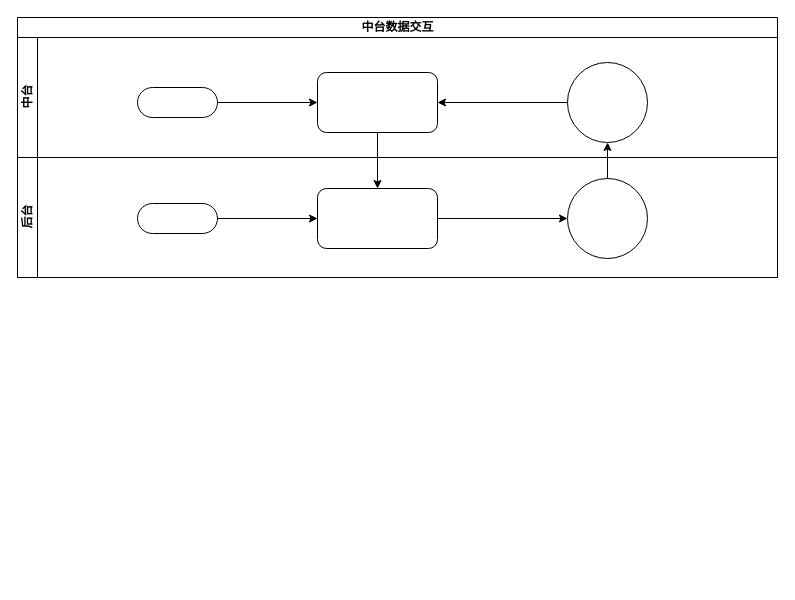
my506/draw keeps this draw.io diagram as 未命名表单.drawio. Above is the earlier version. Source tidied: cells renumbered, new cells numbered last; positions are measured from the earlier drawing's top-left corner, leaving out a move shared by most shapes. Both pictures are drawn from the tidied source at 100%, with x=0, y=0 at pixel (17, 17).
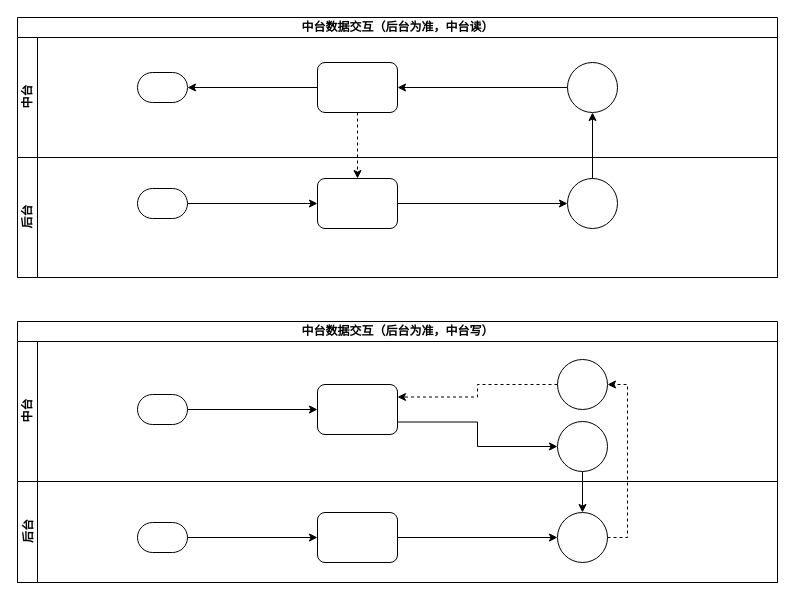
Above is the later version.

Commit message:
中台数据交互.drawio

Unchanged cells that the change refers to:
```xml
<mxCell id="4" value="中台" style="swimlane;html=1;startSize=20;horizontal=0;" parent="2" vertex="1">
  <mxGeometry y="20" width="760" height="120" as="geometry" />
</mxCell>
<mxCell id="11" value="后台" style="swimlane;html=1;startSize=20;horizontal=0;" parent="2" vertex="1">
  <mxGeometry y="140" width="760" height="120" as="geometry" />
</mxCell>
```

The edit, as a diff of the source:
```diff
@@
-    <mxCell id="2" value="中台数据交互" style="swimlane;html=1;horizontal=1;startSize=20;" parent="1" vertex="1">
+    <mxCell id="2" value="中台数据交互（后台为准，中台读）" style="swimlane;html=1;horizontal=1;startSize=20;" parent="1" vertex="1">
       <mxGeometry width="760" height="260" as="geometry" />
     </mxCell>
-    <mxCell id="3" style="edgeStyle=orthogonalEdgeStyle;rounded=0;jettySize=auto;html=1;exitX=0.5;exitY=0;exitDx=0;exitDy=0;entryX=0.5;entryY=1;entryDx=0;entryDy=0;" parent="2" edge="1" source="14" target="7">
-      <mxGeometry relative="1" as="geometry" />
-    </mxCell>
@@
+    <mxCell id="17" style="edgeStyle=orthogonalEdgeStyle;rounded=0;jettySize=auto;html=1;exitX=0;exitY=0.5;exitDx=0;exitDy=0;entryX=1;entryY=0.5;entryDx=0;entryDy=0;entryPerimeter=0;" parent="4" edge="1" source="5" target="9">
+      <mxGeometry relative="1" as="geometry" />
+    </mxCell>
     <mxCell id="5" style="rounded=1;whiteSpace=wrap;html=1;" parent="4" vertex="1">
-      <mxGeometry x="300" y="35" width="120" height="60" as="geometry" />
+      <mxGeometry x="300" y="25" width="80" height="50" as="geometry" />
     </mxCell>
@@
     <mxCell id="7" style="ellipse;whiteSpace=wrap;html=1;" parent="4" vertex="1">
-      <mxGeometry x="550" y="25" width="80" height="80" as="geometry" />
+      <mxGeometry x="550" y="25" width="50" height="50" as="geometry" />
     </mxCell>
-    <mxCell id="8" style="edgeStyle=orthogonalEdgeStyle;rounded=0;jettySize=auto;html=1;exitX=1;exitY=0.5;exitDx=0;exitDy=0;exitPerimeter=0;entryX=0;entryY=0.5;entryDx=0;entryDy=0;" parent="4" edge="1" source="9" target="5">
-      <mxGeometry relative="1" as="geometry" />
-    </mxCell>
     <mxCell id="9" style="html=1;dashed=0;whitespace=wrap;shape=mxgraph.dfd.start;" parent="4" vertex="1">
-      <mxGeometry x="120" y="50" width="80" height="30" as="geometry" />
+      <mxGeometry x="120" y="35" width="50" height="30" as="geometry" />
     </mxCell>
+    <mxCell id="3" style="edgeStyle=orthogonalEdgeStyle;rounded=0;jettySize=auto;html=1;exitX=0.5;exitY=0;exitDx=0;exitDy=0;entryX=0.5;entryY=1;entryDx=0;entryDy=0;" parent="2" edge="1" source="14" target="7">
+      <mxGeometry relative="1" as="geometry" />
+    </mxCell>
-    <mxCell id="10" style="edgeStyle=orthogonalEdgeStyle;rounded=0;jettySize=auto;html=1;exitX=0.5;exitY=1;exitDx=0;exitDy=0;" parent="2" edge="1" source="5" target="13">
+    <mxCell id="10" style="edgeStyle=orthogonalEdgeStyle;rounded=0;jettySize=auto;html=1;exitX=0.5;exitY=1;exitDx=0;exitDy=0;dashed=1;" parent="2" edge="1" source="5" target="13">
       <mxGeometry relative="1" as="geometry" />
     </mxCell>
@@
     <mxCell id="13" style="rounded=1;whiteSpace=wrap;html=1;" parent="11" vertex="1">
-      <mxGeometry x="300" y="31" width="120" height="60" as="geometry" />
+      <mxGeometry x="300" y="21" width="80" height="50" as="geometry" />
     </mxCell>
     <mxCell id="14" style="ellipse;whiteSpace=wrap;html=1;" parent="11" vertex="1">
-      <mxGeometry x="550" y="21" width="80" height="80" as="geometry" />
+      <mxGeometry x="550" y="21" width="50" height="50" as="geometry" />
     </mxCell>
@@
     <mxCell id="16" style="html=1;dashed=0;whitespace=wrap;shape=mxgraph.dfd.start;" parent="11" vertex="1">
-      <mxGeometry x="120" y="46" width="80" height="30" as="geometry" />
+      <mxGeometry x="120" y="31" width="50" height="30" as="geometry" />
     </mxCell>
+    <mxCell id="18" value="中台数据交互（后台为准，中台写）" style="swimlane;html=1;horizontal=1;startSize=20;" parent="1" vertex="1">
+      <mxGeometry y="304" width="760" height="261" as="geometry" />
+    </mxCell>
+    <mxCell id="19" style="edgeStyle=orthogonalEdgeStyle;rounded=0;jettySize=auto;html=1;exitX=0.5;exitY=1;exitDx=0;exitDy=0;entryX=0.5;entryY=0;entryDx=0;entryDy=0;" parent="18" edge="1" source="28" target="32">
+      <mxGeometry relative="1" as="geometry" />
+    </mxCell>
+    <mxCell id="20" style="edgeStyle=orthogonalEdgeStyle;rounded=0;jettySize=auto;html=1;exitX=1;exitY=0.5;exitDx=0;exitDy=0;entryX=1;entryY=0.5;entryDx=0;entryDy=0;dashed=1;" parent="18" edge="1" source="32" target="27">
+      <mxGeometry relative="1" as="geometry" />
+    </mxCell>
+    <mxCell id="21" value="中台" style="swimlane;html=1;startSize=20;horizontal=0;" parent="18" vertex="1">
+      <mxGeometry y="20" width="760" height="140" as="geometry" />
+    </mxCell>
+    <mxCell id="22" style="edgeStyle=orthogonalEdgeStyle;rounded=0;jettySize=auto;html=1;exitX=1;exitY=0.75;exitDx=0;exitDy=0;entryX=0;entryY=0.5;entryDx=0;entryDy=0;" parent="21" edge="1" source="23" target="28">
+      <mxGeometry relative="1" as="geometry" />
+    </mxCell>
+    <mxCell id="23" style="rounded=1;whiteSpace=wrap;html=1;" parent="21" vertex="1">
+      <mxGeometry x="300" y="43" width="80" height="50" as="geometry" />
+    </mxCell>
+    <mxCell id="24" style="edgeStyle=orthogonalEdgeStyle;rounded=0;jettySize=auto;html=1;exitX=1;exitY=0.5;exitDx=0;exitDy=0;exitPerimeter=0;entryX=0;entryY=0.5;entryDx=0;entryDy=0;" parent="21" edge="1" source="25" target="23">
+      <mxGeometry relative="1" as="geometry" />
+    </mxCell>
+    <mxCell id="25" style="html=1;dashed=0;whitespace=wrap;shape=mxgraph.dfd.start;" parent="21" vertex="1">
+      <mxGeometry x="120" y="53" width="50" height="30" as="geometry" />
+    </mxCell>
+    <mxCell id="26" style="edgeStyle=orthogonalEdgeStyle;rounded=0;jettySize=auto;html=1;exitX=0;exitY=0.5;exitDx=0;exitDy=0;entryX=1;entryY=0.25;entryDx=0;entryDy=0;dashed=1;" parent="21" edge="1" source="27" target="23">
+      <mxGeometry relative="1" as="geometry" />
+    </mxCell>
+    <mxCell id="27" style="ellipse;whiteSpace=wrap;html=1;" parent="21" vertex="1">
+      <mxGeometry x="540" y="18" width="50" height="50" as="geometry" />
+    </mxCell>
+    <mxCell id="28" style="ellipse;whiteSpace=wrap;html=1;" parent="21" vertex="1">
+      <mxGeometry x="540" y="80" width="50" height="50" as="geometry" />
+    </mxCell>
+    <mxCell id="29" value="后台" style="swimlane;html=1;startSize=20;horizontal=0;" parent="18" vertex="1">
+      <mxGeometry y="160" width="760" height="101" as="geometry" />
+    </mxCell>
+    <mxCell id="30" style="edgeStyle=orthogonalEdgeStyle;rounded=0;jettySize=auto;html=1;exitX=1;exitY=0.5;exitDx=0;exitDy=0;" parent="29" edge="1" source="31" target="32">
+      <mxGeometry relative="1" as="geometry" />
+    </mxCell>
+    <mxCell id="31" style="rounded=1;whiteSpace=wrap;html=1;" parent="29" vertex="1">
+      <mxGeometry x="300" y="31" width="80" height="50" as="geometry" />
+    </mxCell>
+    <mxCell id="32" style="ellipse;whiteSpace=wrap;html=1;" parent="29" vertex="1">
+      <mxGeometry x="540" y="31" width="50" height="50" as="geometry" />
+    </mxCell>
+    <mxCell id="33" style="edgeStyle=orthogonalEdgeStyle;rounded=0;jettySize=auto;html=1;exitX=1;exitY=0.5;exitDx=0;exitDy=0;exitPerimeter=0;" parent="29" edge="1" source="34" target="31">
+      <mxGeometry relative="1" as="geometry" />
+    </mxCell>
+    <mxCell id="34" style="html=1;dashed=0;whitespace=wrap;shape=mxgraph.dfd.start;" parent="29" vertex="1">
+      <mxGeometry x="120" y="41" width="50" height="30" as="geometry" />
+    </mxCell>
```
